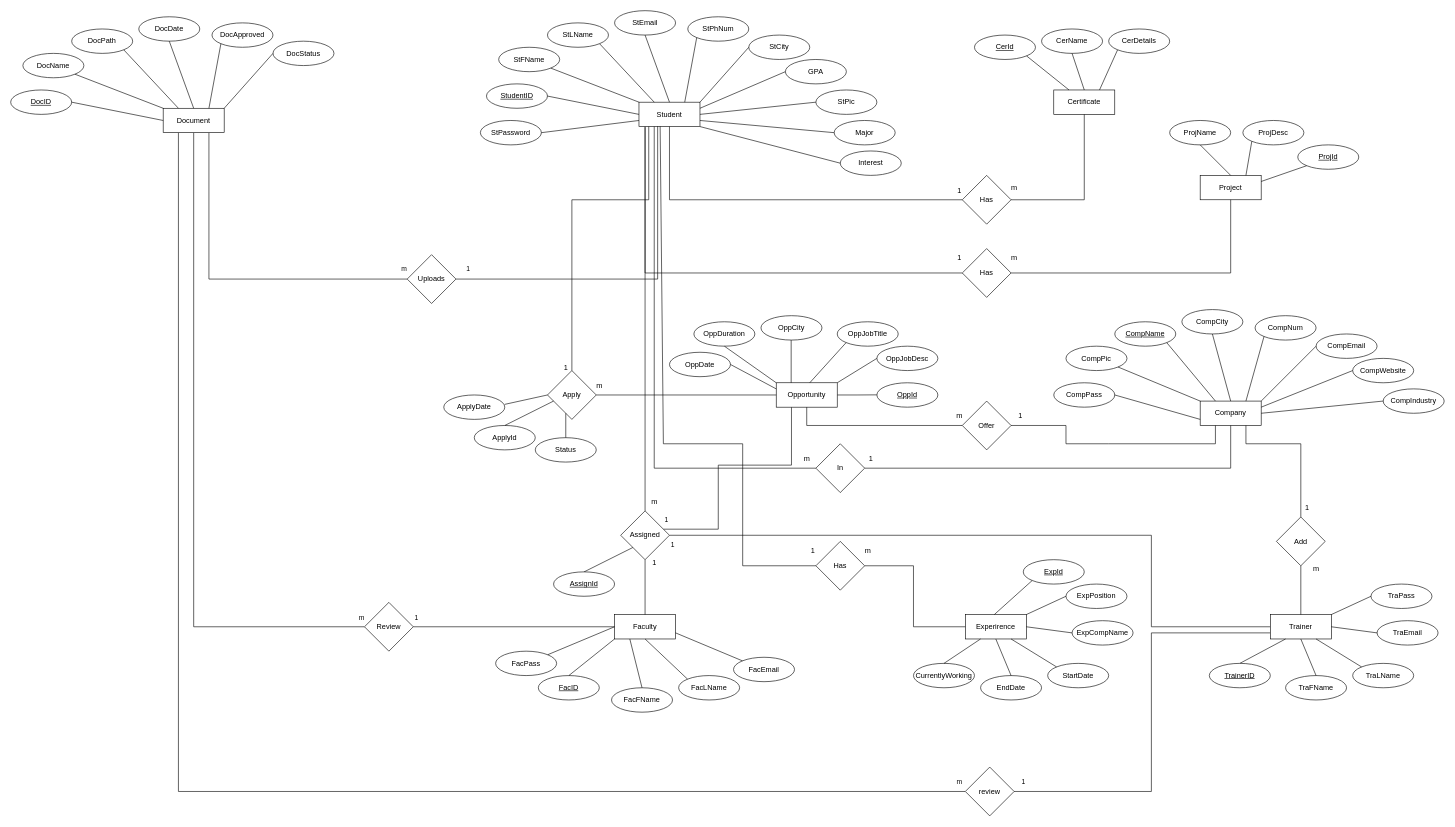
This is Diagrams/AOUNERD.drawio from saleh300/GP1-report, a draw.io file, before an edit. Source tidied: cells renumbered, new cells numbered last; positions are measured from the earlier drawing's top-left corner, leaving out a move shared by most shapes. Both pictures are drawn from the tidied source at 61%, with x=0, y=0 at pixel (10, 10).
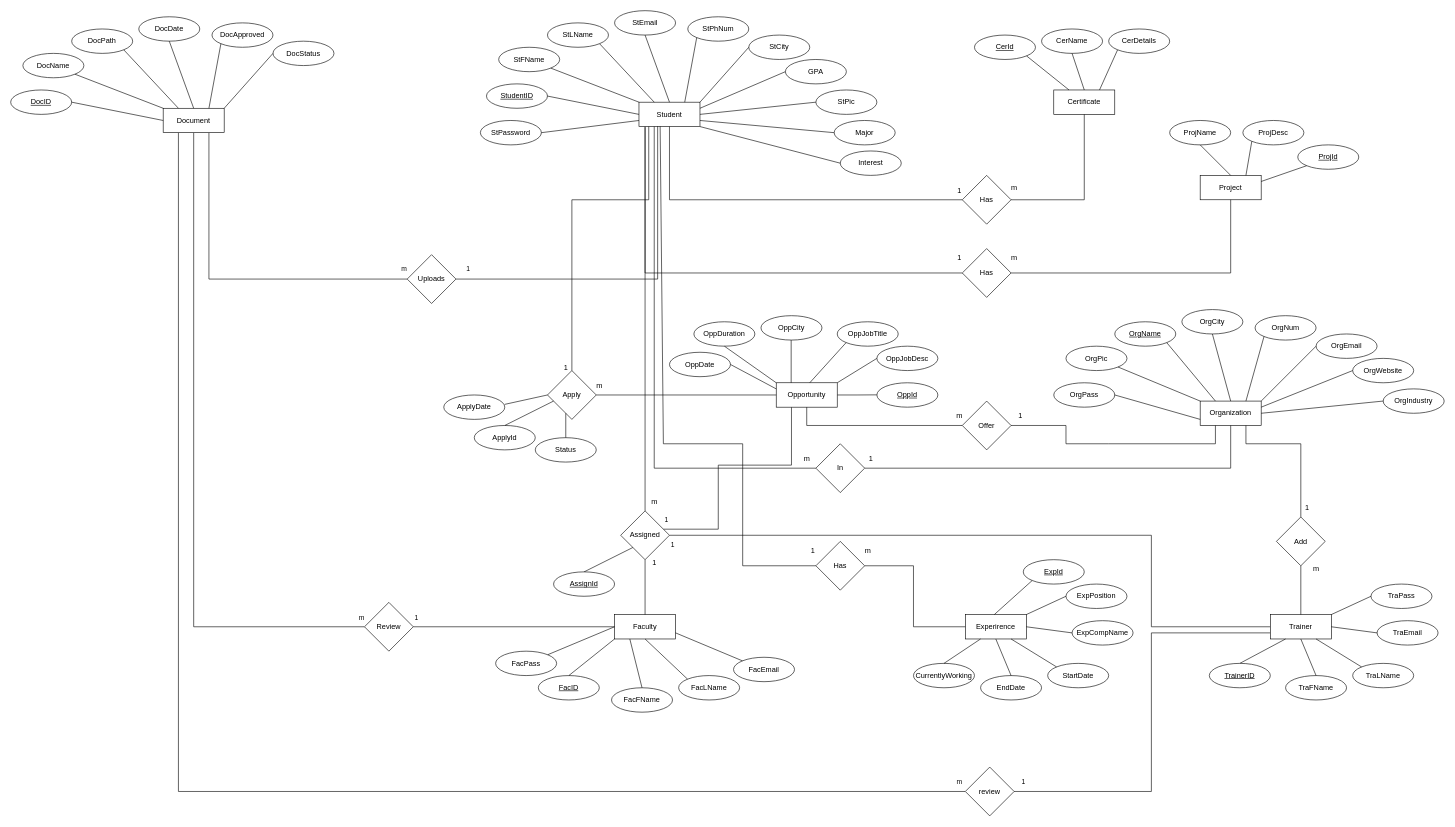
After the change.

Diff of the diagram source:
```diff
@@
-    <mxCell id="41" value="Company" style="whiteSpace=wrap;html=1;align=center;" parent="1" vertex="1">
+    <mxCell id="41" value="Organization" style="whiteSpace=wrap;html=1;align=center;" parent="1" vertex="1">
       <mxGeometry x="1950" y="640" width="100" height="40" as="geometry" />
     </mxCell>
-    <mxCell id="42" value="CompName" style="ellipse;whiteSpace=wrap;html=1;align=center;fontStyle=4;" parent="1" vertex="1">
+    <mxCell id="42" value="OrgName" style="ellipse;whiteSpace=wrap;html=1;align=center;fontStyle=4;" parent="1" vertex="1">
       <mxGeometry x="1810" y="510" width="100" height="40" as="geometry" />
     </mxCell>
-    <mxCell id="43" value="CompIndustry" style="ellipse;whiteSpace=wrap;html=1;align=center;" parent="1" vertex="1">
+    <mxCell id="43" value="OrgIndustry" style="ellipse;whiteSpace=wrap;html=1;align=center;" parent="1" vertex="1">
       <mxGeometry x="2250" y="620" width="100" height="40" as="geometry" />
     </mxCell>
-    <mxCell id="44" value="CompWebsite" style="ellipse;whiteSpace=wrap;html=1;align=center;" parent="1" vertex="1">
+    <mxCell id="44" value="OrgWebsite" style="ellipse;whiteSpace=wrap;html=1;align=center;" parent="1" vertex="1">
       <mxGeometry x="2200" y="570" width="100" height="40" as="geometry" />
     </mxCell>
-    <mxCell id="45" value="CompEmail" style="ellipse;whiteSpace=wrap;html=1;align=center;" parent="1" vertex="1">
+    <mxCell id="45" value="OrgEmail" style="ellipse;whiteSpace=wrap;html=1;align=center;" parent="1" vertex="1">
       <mxGeometry x="2140" y="530" width="100" height="40" as="geometry" />
     </mxCell>
-    <mxCell id="46" value="CompNum" style="ellipse;whiteSpace=wrap;html=1;align=center;" parent="1" vertex="1">
+    <mxCell id="46" value="OrgNum" style="ellipse;whiteSpace=wrap;html=1;align=center;" parent="1" vertex="1">
       <mxGeometry x="2040" y="500" width="100" height="40" as="geometry" />
     </mxCell>
-    <mxCell id="47" value="CompCity" style="ellipse;whiteSpace=wrap;html=1;align=center;" parent="1" vertex="1">
+    <mxCell id="47" value="OrgCity" style="ellipse;whiteSpace=wrap;html=1;align=center;" parent="1" vertex="1">
       <mxGeometry x="1920" y="490" width="100" height="40" as="geometry" />
     </mxCell>
-    <mxCell id="48" value="CompPic" style="ellipse;whiteSpace=wrap;html=1;align=center;" parent="1" vertex="1">
+    <mxCell id="48" value="OrgPic" style="ellipse;whiteSpace=wrap;html=1;align=center;" parent="1" vertex="1">
       <mxGeometry x="1730" y="550" width="100" height="40" as="geometry" />
     </mxCell>
-    <mxCell id="49" value="CompPass" style="ellipse;whiteSpace=wrap;html=1;align=center;" parent="1" vertex="1">
+    <mxCell id="49" value="OrgPass" style="ellipse;whiteSpace=wrap;html=1;align=center;" parent="1" vertex="1">
       <mxGeometry x="1710" y="610" width="100" height="40" as="geometry" />
     </mxCell>
```
